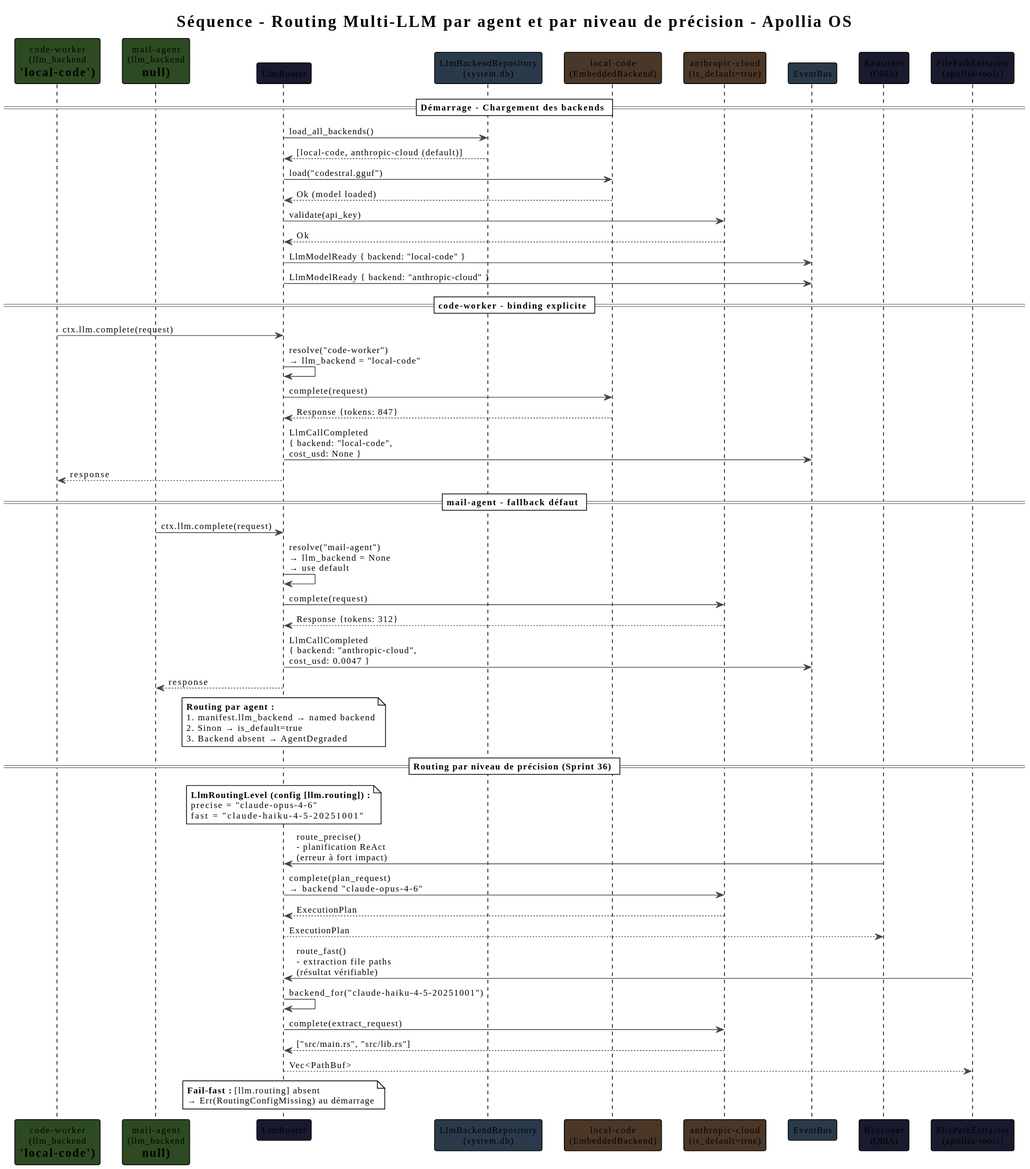
This is book/src/appendix-a-diagrams/seq-multi-llm-routing.svg from nidal-z/apollia-os, a PlantUML export, as it was before one commit. Its diagram source:
```plantuml
@startuml
!theme plain
skinparam backgroundColor #FFFFFF
skinparam defaultFontName "JetBrains Mono"
skinparam defaultFontSize 12
skinparam ArrowColor #444444
skinparam BorderColor #444444
title Séquence - Routing Multi-LLM par agent et par niveau de précision - Apollia OS

participant "code-worker\n(llm_backend\n= 'local-code')" as cw #2d4a22
participant "mail-agent\n(llm_backend\n= null)" as ma #2d4a22
participant "LlmRouter" as router #1a1a2e
participant "LlmBackendRepository\n(system.db)" as repo #2a3a4a
participant "local-code\n(EmbeddedBackend)" as local #4a3728
participant "anthropic-cloud\n(is_default=true)" as cloud #4a3728
participant "EventBus" as bus #2a3a4a

== Démarrage - Chargement des backends ==

router -> repo : load_all_backends()
repo --> router : [local-code, anthropic-cloud (default)]
router -> local : load("codestral.gguf")
local --> router : Ok (model loaded)
router -> cloud : validate(api_key)
cloud --> router : Ok
router -> bus : LlmModelReady { backend: "local-code" }
router -> bus : LlmModelReady { backend: "anthropic-cloud" }

== code-worker - binding explicite ==

cw -> router : ctx.llm.complete(request)
router -> router : resolve("code-worker")\n→ llm_backend = "local-code"
router -> local : complete(request)
local --> router : Response {tokens: 847}
router -> bus : LlmCallCompleted\n{ backend: "local-code",\ncost_usd: None }
router --> cw : response

== mail-agent - fallback défaut ==

ma -> router : ctx.llm.complete(request)
router -> router : resolve("mail-agent")\n→ llm_backend = None\n→ use default
router -> cloud : complete(request)
cloud --> router : Response {tokens: 312}
router -> bus : LlmCallCompleted\n{ backend: "anthropic-cloud",\ncost_usd: 0.0047 }
router --> ma : response

note over router
  **Routing par agent :**
  1. manifest.llm_backend → named backend
  2. Sinon → is_default=true
  3. Backend absent → AgentDegraded
end note

== Routing par niveau de précision (Sprint 36) ==

participant "Reasoner\n(ORIA)" as reasoner #1a1a2e
participant "FilePathExtractor\n(apollia-tools)" as fpe #1a1a2e

note over router
  **LlmRoutingLevel (config [llm.routing]) :**
  precise = "claude-opus-4-6"
  fast    = "claude-haiku-4-5-20251001"
end note

reasoner -> router : route_precise()\n- planification ReAct\n(erreur à fort impact)
router -> cloud : complete(plan_request)\n→ backend "claude-opus-4-6"
cloud --> router : ExecutionPlan
router --> reasoner : ExecutionPlan

fpe -> router : route_fast()\n- extraction file paths\n(résultat vérifiable)
router -> router : backend_for("claude-haiku-4-5-20251001")
router -> cloud : complete(extract_request)
cloud --> router : ["src/main.rs", "src/lib.rs"]
router --> fpe : Vec<PathBuf>

note over router
  **Fail-fast :** [llm.routing] absent
  → Err(RoutingConfigMissing) au démarrage
end note
@enduml
```
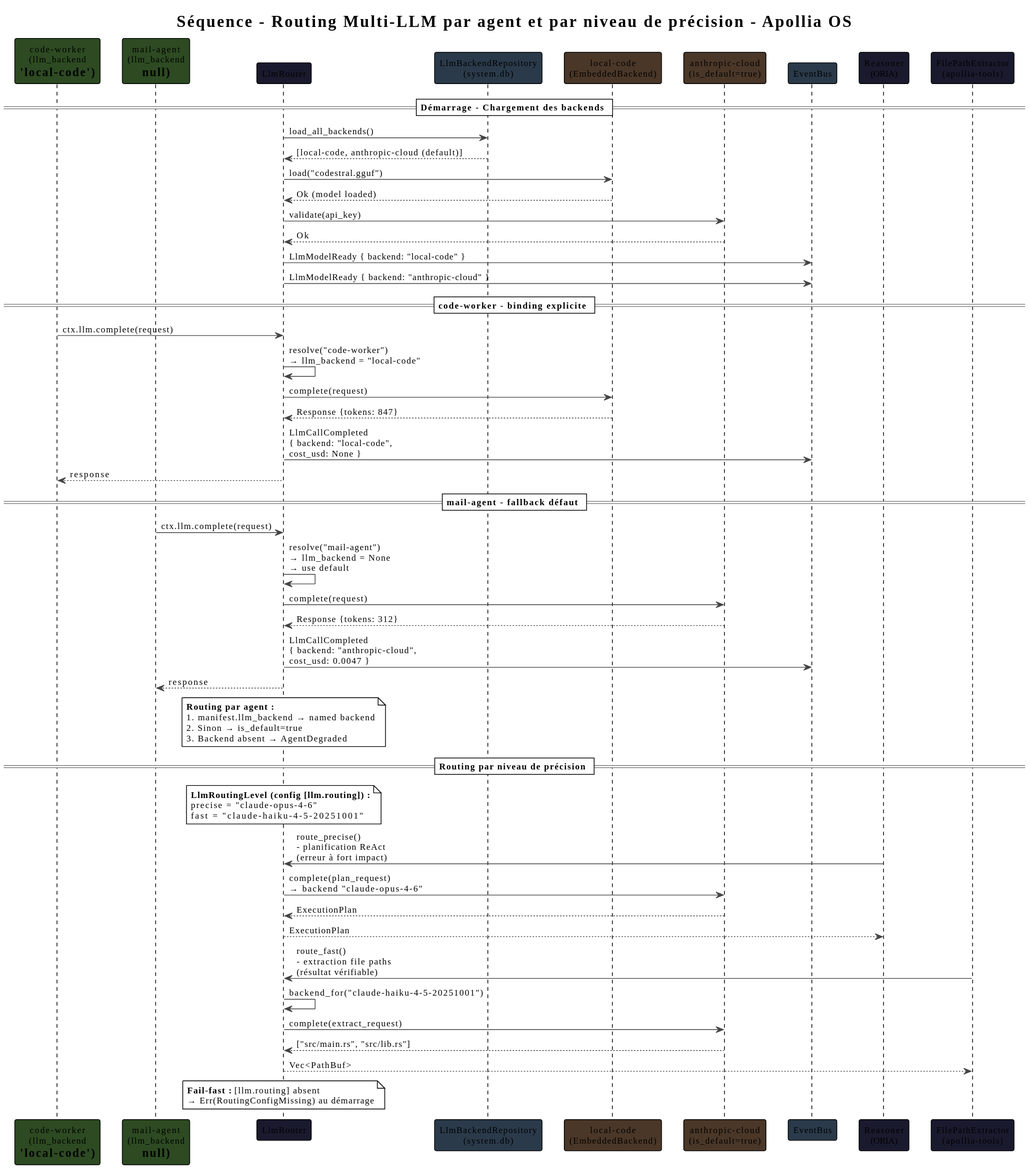
Later version of the same file.

Change to the diagram source:
```diff
@@ -51,7 +51,7 @@
   3. Backend absent → AgentDegraded
 end note
 
-== Routing par niveau de précision (Sprint 36) ==
+== Routing par niveau de précision ==
 
 participant "Reasoner\n(ORIA)" as reasoner #1a1a2e
 participant "FilePathExtractor\n(apollia-tools)" as fpe #1a1a2e
```
